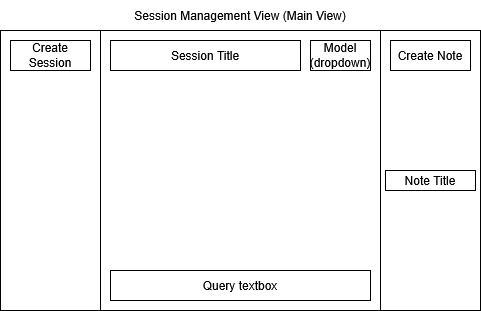
Above: docs/diagrams/src/wireframe.drawio.png in Kirya-D/LocalQuery (draw.io), before the change. Source tidied: cells renumbered, new cells last; positions are measured from the earlier drawing's top-left corner, leaving out a move shared by most shapes. Its diagram source:
```xml
<mxGraphModel>
  <root>
    <mxCell id="0" />
    <mxCell id="1" parent="0" />
    <mxCell id="2" style="group;labelBackgroundColor=default;" parent="1" vertex="1">
      <mxGeometry width="480" height="310" as="geometry" />
    </mxCell>
    <mxCell id="3" value="Note Body" style="text;html=1;whiteSpace=wrap;strokeColor=default;fillColor=none;align=center;verticalAlign=middle;rounded=0;" parent="2" vertex="1">
      <mxGeometry x="390" y="200" width="80" height="100" as="geometry" />
    </mxCell>
    <mxCell id="4" style="group;labelBackgroundColor=default;" parent="2" vertex="1">
      <mxGeometry width="480" height="310" as="geometry" />
    </mxCell>
    <mxCell id="5" style="rounded=0;whiteSpace=wrap;html=1;" parent="4" vertex="1">
      <mxGeometry x="100" y="30" width="280" height="280" as="geometry" />
    </mxCell>
    <mxCell id="6" style="rounded=0;whiteSpace=wrap;html=1;" parent="4" vertex="1">
      <mxGeometry x="380" y="30" width="100" height="280" as="geometry" />
    </mxCell>
    <mxCell id="7" style="rounded=0;whiteSpace=wrap;html=1;" parent="4" vertex="1">
      <mxGeometry y="30" width="100" height="280" as="geometry" />
    </mxCell>
    <mxCell id="8" value="Session Management View (Main View)" style="text;html=1;whiteSpace=wrap;strokeColor=none;fillColor=none;align=center;verticalAlign=middle;rounded=0;" parent="4" vertex="1">
      <mxGeometry width="480" height="30" as="geometry" />
    </mxCell>
    <mxCell id="9" value="Create Session" style="text;html=1;whiteSpace=wrap;strokeColor=default;fillColor=none;align=center;verticalAlign=middle;rounded=0;" parent="4" vertex="1">
      <mxGeometry x="10" y="40" width="80" height="30" as="geometry" />
    </mxCell>
    <mxCell id="10" value="Create Note" style="text;html=1;whiteSpace=wrap;strokeColor=default;fillColor=none;align=center;verticalAlign=middle;rounded=0;" parent="4" vertex="1">
      <mxGeometry x="390" y="40" width="80" height="30" as="geometry" />
    </mxCell>
    <mxCell id="11" value="Note Title" style="text;html=1;whiteSpace=wrap;strokeColor=default;fillColor=none;align=center;verticalAlign=middle;rounded=0;" parent="4" vertex="1">
      <mxGeometry x="385" y="170" width="90" height="20" as="geometry" />
    </mxCell>
    <mxCell id="12" value="Query textbox" style="text;html=1;whiteSpace=wrap;strokeColor=default;fillColor=none;align=center;verticalAlign=middle;rounded=0;" parent="4" vertex="1">
      <mxGeometry x="110" y="270" width="260" height="30" as="geometry" />
    </mxCell>
    <mxCell id="13" value="Session Title" style="text;html=1;whiteSpace=wrap;strokeColor=default;fillColor=none;align=center;verticalAlign=middle;rounded=0;" parent="4" vertex="1">
      <mxGeometry x="110" y="40" width="190" height="30" as="geometry" />
    </mxCell>
    <mxCell id="14" value="Model (dropdown)" style="text;html=1;whiteSpace=wrap;strokeColor=default;fillColor=none;align=center;verticalAlign=middle;rounded=0;" parent="4" vertex="1">
      <mxGeometry x="310" y="40" width="60" height="30" as="geometry" />
    </mxCell>
  </root>
</mxGraphModel>
```
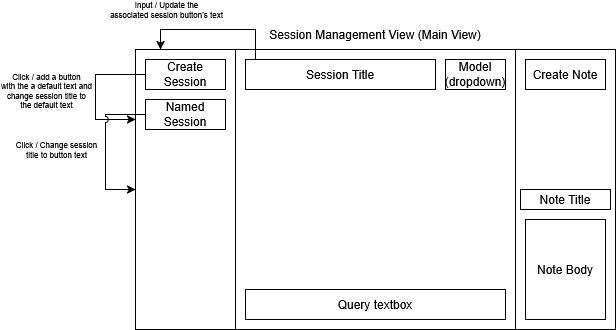
The same diagram one commit later.

The edit, as a diff of the source:
```diff
@@ -2,44 +2,80 @@
   <root>
     <mxCell id="0" />
     <mxCell id="1" parent="0" />
-    <mxCell id="2" style="group;labelBackgroundColor=default;" parent="1" vertex="1">
-      <mxGeometry width="480" height="310" as="geometry" />
-    </mxCell>
+    <mxCell id="6" style="rounded=0;whiteSpace=wrap;html=1;" parent="1" vertex="1">
+      <mxGeometry x="380" y="30" width="100" height="280" as="geometry" />
+    </mxCell>
-    <mxCell id="3" value="Note Body" style="text;html=1;whiteSpace=wrap;strokeColor=default;fillColor=none;align=center;verticalAlign=middle;rounded=0;" parent="2" vertex="1">
+    <mxCell id="3" value="Note Body" style="text;html=1;whiteSpace=wrap;strokeColor=default;fillColor=none;align=center;verticalAlign=middle;rounded=0;" parent="1" vertex="1">
       <mxGeometry x="390" y="200" width="80" height="100" as="geometry" />
     </mxCell>
-    <mxCell id="4" style="group;labelBackgroundColor=default;" parent="2" vertex="1">
-      <mxGeometry width="480" height="310" as="geometry" />
-    </mxCell>
-    <mxCell id="5" style="rounded=0;whiteSpace=wrap;html=1;" parent="4" vertex="1">
+    <mxCell id="5" style="rounded=0;whiteSpace=wrap;html=1;fillStyle=solid;fillColor=default;" parent="1" vertex="1">
       <mxGeometry x="100" y="30" width="280" height="280" as="geometry" />
     </mxCell>
-    <mxCell id="6" style="rounded=0;whiteSpace=wrap;html=1;" parent="4" vertex="1">
-      <mxGeometry x="380" y="30" width="100" height="280" as="geometry" />
-    </mxCell>
-    <mxCell id="7" style="rounded=0;whiteSpace=wrap;html=1;" parent="4" vertex="1">
+    <mxCell id="7" style="rounded=0;whiteSpace=wrap;html=1;" parent="1" vertex="1">
       <mxGeometry y="30" width="100" height="280" as="geometry" />
     </mxCell>
-    <mxCell id="8" value="Session Management View (Main View)" style="text;html=1;whiteSpace=wrap;strokeColor=none;fillColor=none;align=center;verticalAlign=middle;rounded=0;" parent="4" vertex="1">
+    <mxCell id="8" value="Session Management View (Main View)" style="text;html=1;whiteSpace=wrap;strokeColor=none;fillColor=none;align=center;verticalAlign=middle;rounded=0;labelBackgroundColor=default;" parent="1" vertex="1">
       <mxGeometry width="480" height="30" as="geometry" />
     </mxCell>
+    <mxCell id="15" style="edgeStyle=orthogonalEdgeStyle;rounded=0;jettySize=auto;html=1;entryX=0;entryY=0.25;entryDx=0;entryDy=0;" parent="1" edge="1" source="9" target="7">
+      <mxGeometry relative="1" as="geometry">
+        <Array as="points">
+          <mxPoint x="-40" y="55" />
+          <mxPoint x="-40" y="100" />
+        </Array>
+      </mxGeometry>
+    </mxCell>
+    <mxCell id="16" value="&lt;div&gt;Click /&amp;nbsp;add a button&lt;/div&gt;&lt;div&gt;with the a default text and&lt;/div&gt;&lt;div&gt;change session title to&lt;/div&gt;&lt;div&gt;the default text&lt;/div&gt;" style="edgeLabel;html=1;align=center;verticalAlign=middle;fontSize=8;" parent="15" vertex="1">
+      <mxGeometry x="0.06" y="-2" relative="1" as="geometry">
+        <mxPoint x="-48" y="-6" as="offset" />
+      </mxGeometry>
+    </mxCell>
-    <mxCell id="9" value="Create Session" style="text;html=1;whiteSpace=wrap;strokeColor=default;fillColor=none;align=center;verticalAlign=middle;rounded=0;" parent="4" vertex="1">
+    <mxCell id="9" value="Create Session" style="text;html=1;whiteSpace=wrap;strokeColor=default;fillColor=none;align=center;verticalAlign=middle;rounded=0;" parent="1" vertex="1">
       <mxGeometry x="10" y="40" width="80" height="30" as="geometry" />
     </mxCell>
-    <mxCell id="10" value="Create Note" style="text;html=1;whiteSpace=wrap;strokeColor=default;fillColor=none;align=center;verticalAlign=middle;rounded=0;" parent="4" vertex="1">
+    <mxCell id="10" value="Create Note" style="text;html=1;whiteSpace=wrap;strokeColor=default;fillColor=none;align=center;verticalAlign=middle;rounded=0;" parent="1" vertex="1">
       <mxGeometry x="390" y="40" width="80" height="30" as="geometry" />
     </mxCell>
-    <mxCell id="11" value="Note Title" style="text;html=1;whiteSpace=wrap;strokeColor=default;fillColor=none;align=center;verticalAlign=middle;rounded=0;" parent="4" vertex="1">
+    <mxCell id="11" value="Note Title" style="text;html=1;whiteSpace=wrap;strokeColor=default;fillColor=none;align=center;verticalAlign=middle;rounded=0;" parent="1" vertex="1">
       <mxGeometry x="385" y="170" width="90" height="20" as="geometry" />
     </mxCell>
-    <mxCell id="12" value="Query textbox" style="text;html=1;whiteSpace=wrap;strokeColor=default;fillColor=none;align=center;verticalAlign=middle;rounded=0;" parent="4" vertex="1">
+    <mxCell id="12" value="Query textbox" style="text;html=1;whiteSpace=wrap;strokeColor=default;fillColor=none;align=center;verticalAlign=middle;rounded=0;" parent="1" vertex="1">
       <mxGeometry x="110" y="270" width="260" height="30" as="geometry" />
     </mxCell>
+    <mxCell id="17" style="edgeStyle=orthogonalEdgeStyle;rounded=0;jettySize=auto;html=1;entryX=0.25;entryY=0;entryDx=0;entryDy=0;" parent="1" edge="1" source="13" target="7">
+      <mxGeometry relative="1" as="geometry">
+        <Array as="points">
+          <mxPoint x="120" y="10" />
+          <mxPoint x="25" y="10" />
+        </Array>
+      </mxGeometry>
+    </mxCell>
+    <mxCell id="18" value="&lt;div&gt;&lt;font&gt;Input / Update the&lt;/font&gt;&lt;/div&gt;&lt;div&gt;&lt;font&gt;associated session button's text&lt;/font&gt;&lt;/div&gt;" style="edgeLabel;html=1;align=center;verticalAlign=middle;fontSize=8;" parent="17" vertex="1">
+      <mxGeometry x="0.53" y="1" relative="1" as="geometry">
+        <mxPoint x="-9" y="-21" as="offset" />
+      </mxGeometry>
+    </mxCell>
-    <mxCell id="13" value="Session Title" style="text;html=1;whiteSpace=wrap;strokeColor=default;fillColor=none;align=center;verticalAlign=middle;rounded=0;" parent="4" vertex="1">
+    <mxCell id="13" value="Session Title" style="text;html=1;whiteSpace=wrap;strokeColor=default;fillColor=none;align=center;verticalAlign=middle;rounded=0;" parent="1" vertex="1">
       <mxGeometry x="110" y="40" width="190" height="30" as="geometry" />
     </mxCell>
-    <mxCell id="14" value="Model (dropdown)" style="text;html=1;whiteSpace=wrap;strokeColor=default;fillColor=none;align=center;verticalAlign=middle;rounded=0;" parent="4" vertex="1">
+    <mxCell id="14" value="Model (dropdown)" style="text;html=1;whiteSpace=wrap;strokeColor=default;fillColor=none;align=center;verticalAlign=middle;rounded=0;" parent="1" vertex="1">
       <mxGeometry x="310" y="40" width="60" height="30" as="geometry" />
     </mxCell>
+    <mxCell id="19" style="edgeStyle=orthogonalEdgeStyle;rounded=0;jettySize=auto;html=1;entryX=0;entryY=0.5;entryDx=0;entryDy=0;jumpStyle=arc;" parent="1" edge="1" source="21" target="7">
+      <mxGeometry relative="1" as="geometry">
+        <Array as="points">
+          <mxPoint x="-30" y="95" />
+          <mxPoint x="-30" y="170" />
+        </Array>
+      </mxGeometry>
+    </mxCell>
+    <mxCell id="20" value="&lt;div&gt;Click / Change session&lt;/div&gt;&lt;div&gt;title to button text&lt;/div&gt;" style="edgeLabel;html=1;align=center;verticalAlign=middle;fontSize=8;" parent="19" vertex="1">
+      <mxGeometry x="0.2" y="-3" relative="1" as="geometry">
+        <mxPoint x="-47" y="-12" as="offset" />
+      </mxGeometry>
+    </mxCell>
+    <mxCell id="21" value="Named Session" style="text;html=1;whiteSpace=wrap;strokeColor=default;fillColor=none;align=center;verticalAlign=middle;rounded=0;" parent="1" vertex="1">
+      <mxGeometry x="10" y="80" width="80" height="30" as="geometry" />
+    </mxCell>
   </root>
 </mxGraphModel>
```
